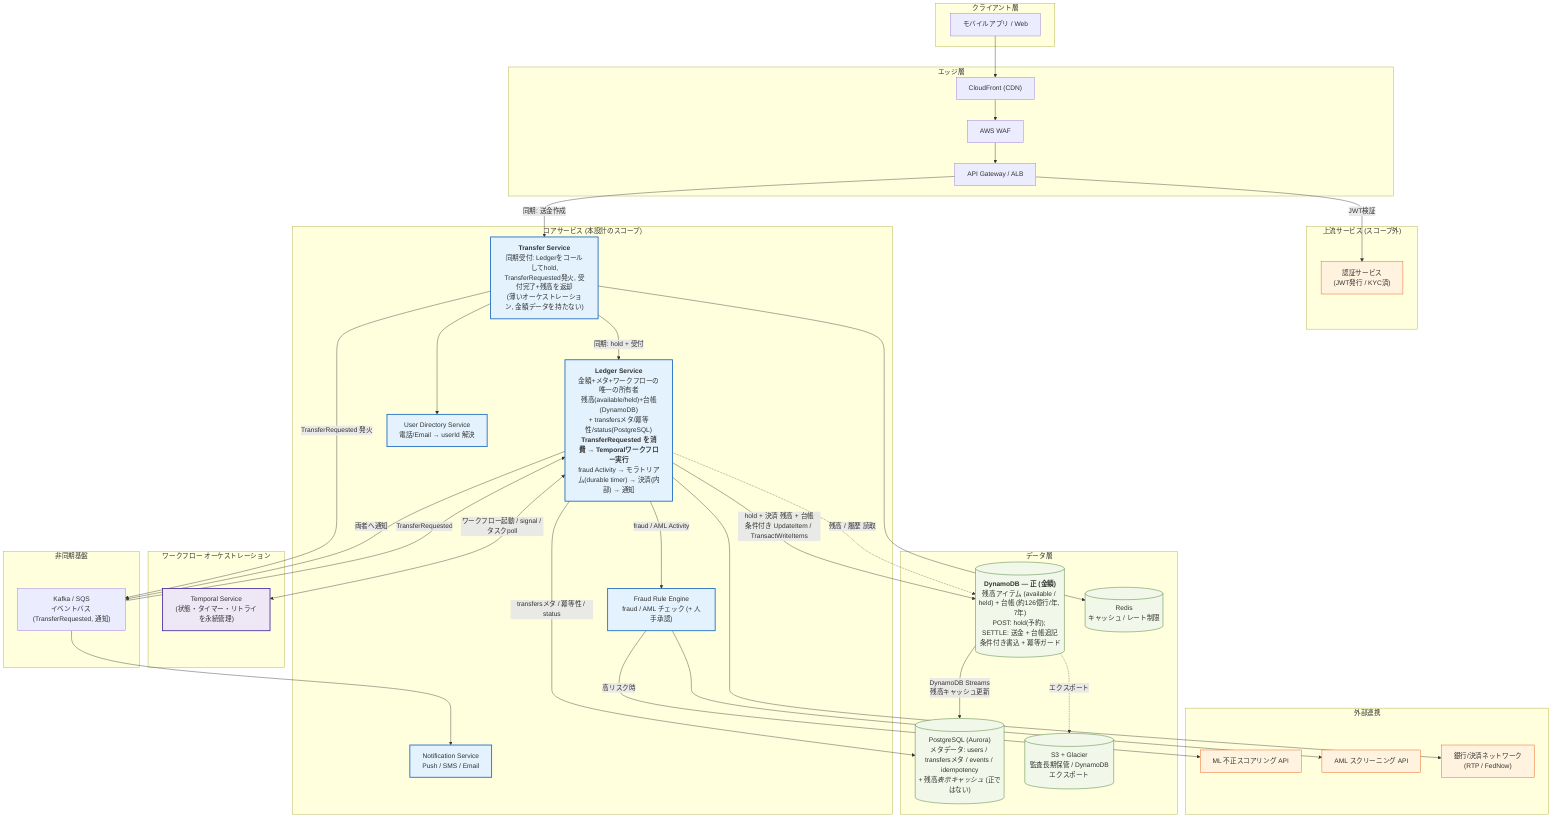
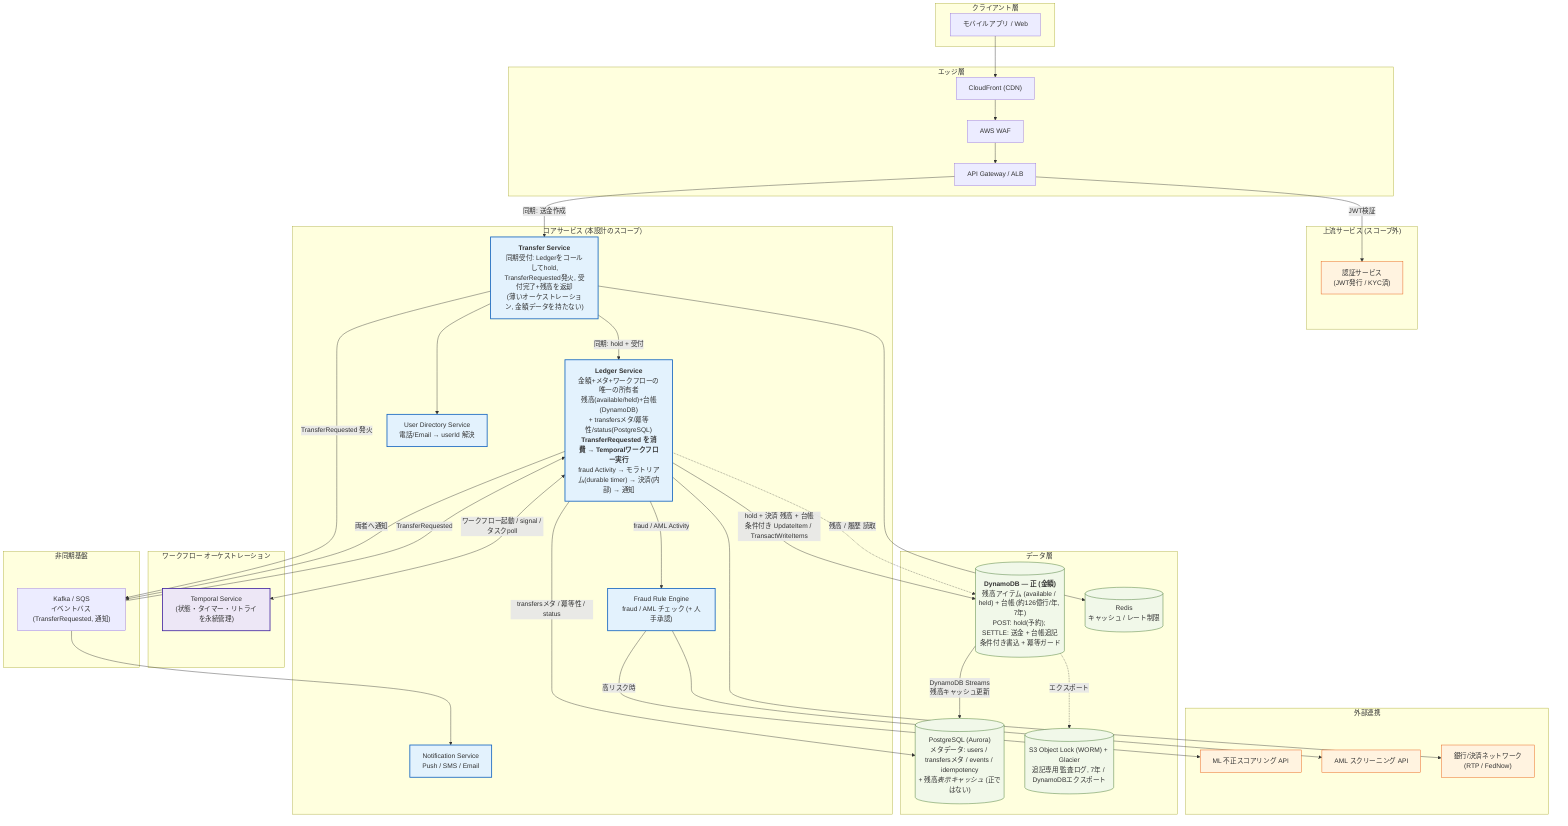
graph TB
    subgraph Client["クライアント層"]
        MOBILE["モバイルアプリ / Web"]
    end

    subgraph Edge["エッジ層"]
        CDN["CloudFront (CDN)"]
        WAF["AWS WAF"]
        APIGW["API Gateway / ALB"]
    end

    subgraph Upstream["上流サービス (スコープ外)"]
        AUTH["認証サービス<br/>(JWT発行 / KYC済)"]
    end

    subgraph Core["コアサービス (本設計のスコープ)"]
        TRANSFER["<b>Transfer Service</b><br/>同期受付: Ledgerをコールしてhold,<br/>TransferRequested発火, 受付完了+残高を返却<br/>(薄いオーケストレーション, 金額データを持たない)"]
        LEDGER["<b>Ledger Service</b><br/>金額+メタ+ワークフローの唯一の所有者<br/>残高(available/held)+台帳(DynamoDB)<br/>+ transfersメタ/冪等性/status(PostgreSQL)<br/><b>TransferRequested を消費 → Temporalワークフロー実行</b><br/>fraud Activity → モラトリアム(durable timer) → 決済(内部) → 通知"]
        USER["User Directory Service<br/>電話/Email → userId 解決"]
        NOTIFY["Notification Service<br/>Push / SMS / Email"]
        FRAUD["Fraud Rule Engine<br/>fraud / AML チェック (+ 人手承認)"]
    end

    subgraph Orch["ワークフロー オーケストレーション"]
        TSERVER["Temporal Service<br/>(状態・タイマー・リトライを永続管理)"]
    end

    subgraph Async["非同期基盤"]
        MQ["Kafka / SQS<br/>イベントバス (TransferRequested, 通知)"]
    end

    subgraph Data["データ層"]
        DDB[("<b>DynamoDB — 正 (金額)</b><br/>残高アイテム (available / held) + 台帳 (約126億行/年, 7年)<br/>POST: hold(予約); SETTLE: 送金 + 台帳追記<br/>条件付き書込 + 冪等ガード")]
        LEDGERDB[("PostgreSQL (Aurora)<br/>メタデータ: users / transfersメタ / events / idempotency<br/>+ 残高<i>表示キャッシュ</i> (正ではない)")]
        CACHE[("Redis<br/>キャッシュ / レート制限")]
-         ARCHIVE[("S3 + Glacier<br/>監査長期保管 / DynamoDBエクスポート")]
+         ARCHIVE[("S3 Object Lock (WORM) + Glacier<br/>追記専用 監査ログ, 7年 / DynamoDBエクスポート")]
    end

    subgraph External["外部連携"]
        ML["ML 不正スコアリング API"]
        AML["AML スクリーニング API"]
        BANK["銀行/決済ネットワーク<br/>(RTP / FedNow)"]
    end

    MOBILE --> CDN --> WAF --> APIGW
    APIGW -->|JWT検証| AUTH
    APIGW -->|同期: 送金作成| TRANSFER

    TRANSFER --> USER
    TRANSFER --> CACHE
    TRANSFER -->|同期: hold + 受付| LEDGER
    TRANSFER -->|TransferRequested 発火| MQ

    LEDGER -->|hold + 決済 残高 + 台帳<br/>条件付き UpdateItem / TransactWriteItems| DDB
    LEDGER -.残高 / 履歴 読取.-> DDB
    LEDGER -->|transfersメタ / 冪等性 / status| LEDGERDB

    MQ -->|TransferRequested| LEDGER
    LEDGER <-->|ワークフロー起動 / signal / タスクpoll| TSERVER
    LEDGER -->|fraud / AML Activity| FRAUD
    LEDGER --> BANK
    LEDGER -->|両者へ通知| MQ
    MQ --> NOTIFY

    FRAUD -->|高リスク時| ML
    FRAUD --> AML

    DDB -->|DynamoDB Streams<br/>残高キャッシュ更新| LEDGERDB
    DDB -.エクスポート.-> ARCHIVE

    classDef scope fill:#e3f2fd,stroke:#1565c0,stroke-width:2px;
    classDef ext fill:#fff3e0,stroke:#e65100,stroke-width:1px;
    classDef data fill:#f1f8e9,stroke:#33691e,stroke-width:1px;
    classDef orch fill:#ede7f6,stroke:#4527a0,stroke-width:2px;
    class TRANSFER,LEDGER,USER,NOTIFY,FRAUD scope;
    class ML,AML,BANK,AUTH ext;
    class DDB,LEDGERDB,CACHE,ARCHIVE data;
    class TSERVER orch;
